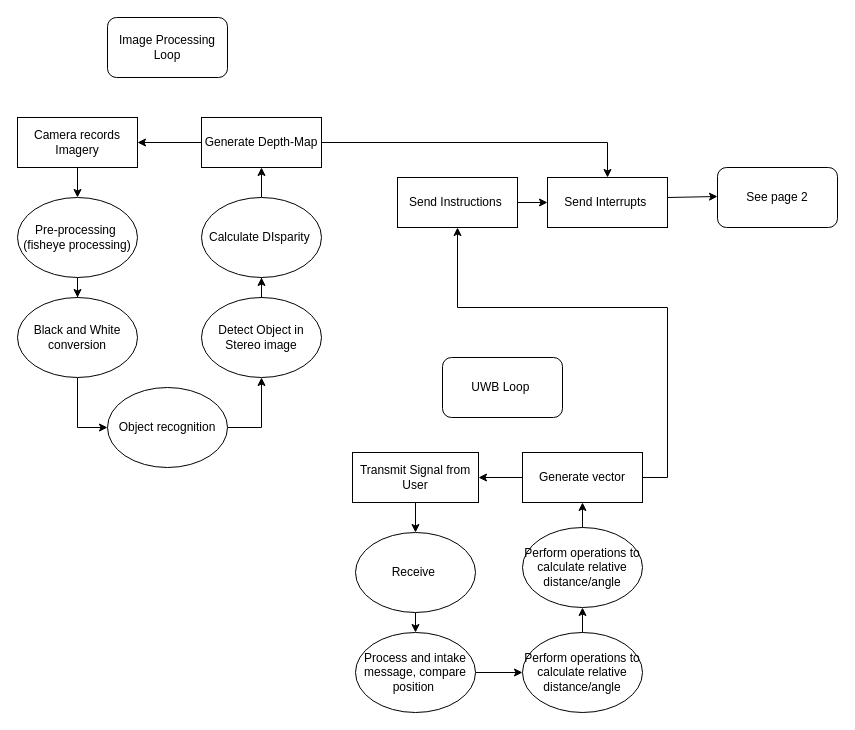
The draw.io diagram page "Page-1" (1 of 3) of diagrams/ProgramFlow.drawio in BowieJames/FollowMe, before the edit. Source tidied: cells renumbered, new cells numbered last; positions are measured from the earlier drawing's top-left corner, leaving out a move shared by most shapes. Both pictures are drawn from the tidied source at 100%, with x=0, y=0 at pixel (17, 17).
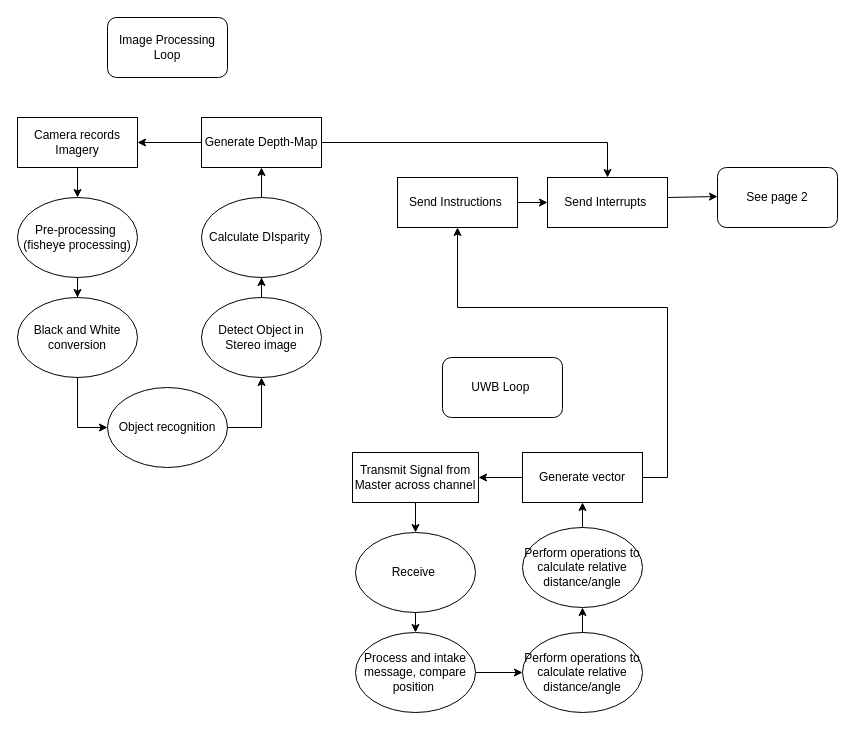
The same page after the edit.

Diff of the diagram source:
```diff
@@
-    <mxCell id="19" value="Transmit Signal from User" style="rounded=0;whiteSpace=wrap;html=1;" parent="1" vertex="1">
+    <mxCell id="19" value="Transmit Signal from Master across channel" style="rounded=0;whiteSpace=wrap;html=1;" parent="1" vertex="1">
       <mxGeometry x="335" y="435" width="126" height="50" as="geometry" />
     </mxCell>
```
